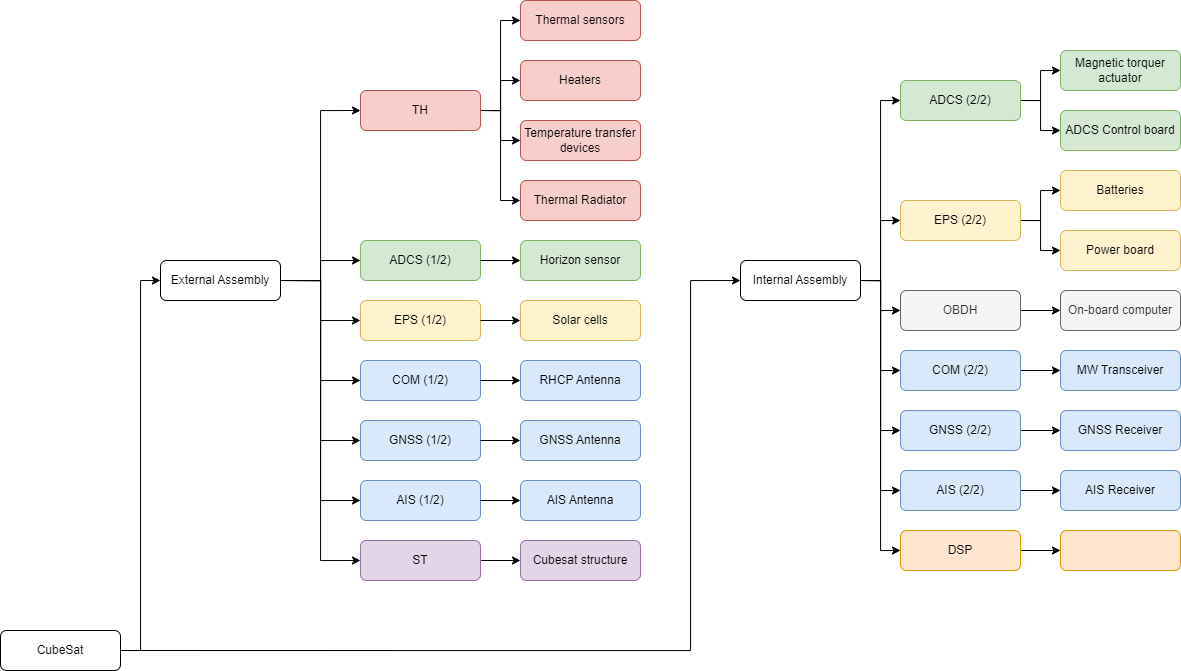
Before: assembly-tree.png, a diagram exported from draw.io (javijnb/LPRO_diagrams). Source tidied: cells renumbered, new cells last; positions are measured from the earlier drawing's top-left corner, leaving out a move shared by most shapes.
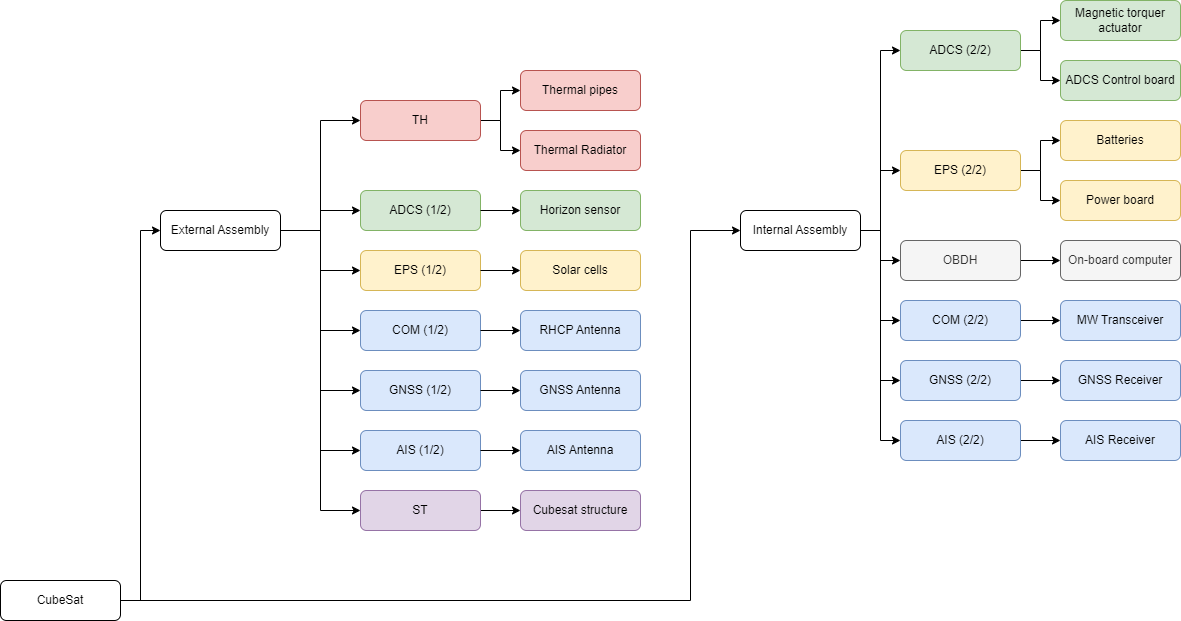
The same file after the commit.

What changed in the source:
```diff
@@ -68,18 +68,9 @@
     <mxCell id="18" style="edgeStyle=orthogonalEdgeStyle;rounded=0;jettySize=auto;html=1;exitX=1;exitY=0.5;exitDx=0;exitDy=0;entryX=0;entryY=0.5;entryDx=0;entryDy=0;" parent="1" edge="1" source="20" target="54">
       <mxGeometry relative="1" as="geometry" />
     </mxCell>
-    <mxCell id="19" style="edgeStyle=orthogonalEdgeStyle;rounded=0;jettySize=auto;html=1;exitX=1;exitY=0.5;exitDx=0;exitDy=0;entryX=0;entryY=0.5;entryDx=0;entryDy=0;" parent="1" edge="1" source="20" target="74">
-      <mxGeometry relative="1" as="geometry" />
-    </mxCell>
     <mxCell id="20" value="Internal Assembly" style="rounded=1;whiteSpace=wrap;html=1;" parent="1" vertex="1">
       <mxGeometry x="740" y="260" width="120" height="40" as="geometry" />
     </mxCell>
-    <mxCell id="21" style="edgeStyle=orthogonalEdgeStyle;rounded=0;jettySize=auto;html=1;exitX=1;exitY=0.5;exitDx=0;exitDy=0;entryX=0;entryY=0.5;entryDx=0;entryDy=0;" parent="1" edge="1" source="25" target="33">
-      <mxGeometry relative="1" as="geometry" />
-    </mxCell>
-    <mxCell id="22" style="edgeStyle=orthogonalEdgeStyle;rounded=0;jettySize=auto;html=1;exitX=1;exitY=0.5;exitDx=0;exitDy=0;entryX=0;entryY=0.5;entryDx=0;entryDy=0;" parent="1" edge="1" source="25" target="34">
-      <mxGeometry relative="1" as="geometry" />
-    </mxCell>
     <mxCell id="23" style="edgeStyle=orthogonalEdgeStyle;rounded=0;jettySize=auto;html=1;exitX=1;exitY=0.5;exitDx=0;exitDy=0;entryX=0;entryY=0.5;entryDx=0;entryDy=0;" parent="1" edge="1" source="25" target="35">
       <mxGeometry relative="1" as="geometry" />
     </mxCell>
@@ -87,7 +78,7 @@
       <mxGeometry relative="1" as="geometry" />
     </mxCell>
     <mxCell id="25" value="TH" style="rounded=1;whiteSpace=wrap;html=1;fillColor=#f8cecc;strokeColor=#b85450;" parent="1" vertex="1">
-      <mxGeometry x="360" y="90" width="120" height="40" as="geometry" />
+      <mxGeometry x="360" y="150" width="120" height="40" as="geometry" />
     </mxCell>
     <mxCell id="26" value="ADCS Control board" style="rounded=1;whiteSpace=wrap;html=1;fillColor=#d5e8d4;strokeColor=#82b366;" parent="1" vertex="1">
       <mxGeometry x="1060" y="110" width="120" height="40" as="geometry" />
@@ -110,13 +101,7 @@
     <mxCell id="32" value="Cubesat structure" style="rounded=1;whiteSpace=wrap;html=1;fillColor=#e1d5e7;strokeColor=#9673a6;" parent="1" vertex="1">
       <mxGeometry x="520" y="540" width="120" height="40" as="geometry" />
     </mxCell>
-    <mxCell id="33" value="Thermal sensors" style="rounded=1;whiteSpace=wrap;html=1;fillColor=#f8cecc;strokeColor=#b85450;" parent="1" vertex="1">
-      <mxGeometry x="520" width="120" height="40" as="geometry" />
-    </mxCell>
-    <mxCell id="34" value="Heaters" style="rounded=1;whiteSpace=wrap;html=1;fillColor=#f8cecc;strokeColor=#b85450;" parent="1" vertex="1">
-      <mxGeometry x="520" y="60" width="120" height="40" as="geometry" />
-    </mxCell>
-    <mxCell id="35" value="Temperature transfer devices" style="rounded=1;whiteSpace=wrap;html=1;fillColor=#f8cecc;strokeColor=#b85450;" parent="1" vertex="1">
+    <mxCell id="35" value="Thermal pipes" style="rounded=1;whiteSpace=wrap;html=1;fillColor=#f8cecc;strokeColor=#b85450;" parent="1" vertex="1">
       <mxGeometry x="520" y="120" width="120" height="40" as="geometry" />
     </mxCell>
     <mxCell id="36" value="Thermal Radiator" style="rounded=1;whiteSpace=wrap;html=1;fillColor=#f8cecc;strokeColor=#b85450;" parent="1" vertex="1">
@@ -230,14 +215,5 @@
     <mxCell id="72" style="edgeStyle=orthogonalEdgeStyle;rounded=0;jettySize=auto;html=1;exitX=1;exitY=0.5;exitDx=0;exitDy=0;entryX=0;entryY=0.5;entryDx=0;entryDy=0;" parent="59" edge="1" source="65" target="62">
       <mxGeometry relative="1" as="geometry" />
     </mxCell>
-    <mxCell id="73" style="edgeStyle=orthogonalEdgeStyle;rounded=0;jettySize=auto;html=1;exitX=1;exitY=0.5;exitDx=0;exitDy=0;entryX=0;entryY=0.5;entryDx=0;entryDy=0;" parent="1" edge="1" source="74" target="75">
-      <mxGeometry relative="1" as="geometry" />
-    </mxCell>
-    <mxCell id="74" value="DSP" style="rounded=1;whiteSpace=wrap;html=1;fillColor=#ffe6cc;strokeColor=#d79b00;" parent="1" vertex="1">
-      <mxGeometry x="900" y="530" width="120" height="40" as="geometry" />
-    </mxCell>
-    <mxCell id="75" style="rounded=1;whiteSpace=wrap;html=1;fillColor=#ffe6cc;strokeColor=#d79b00;" parent="1" vertex="1">
-      <mxGeometry x="1060" y="530" width="120" height="40" as="geometry" />
-    </mxCell>
   </root>
 </mxGraphModel>
```
